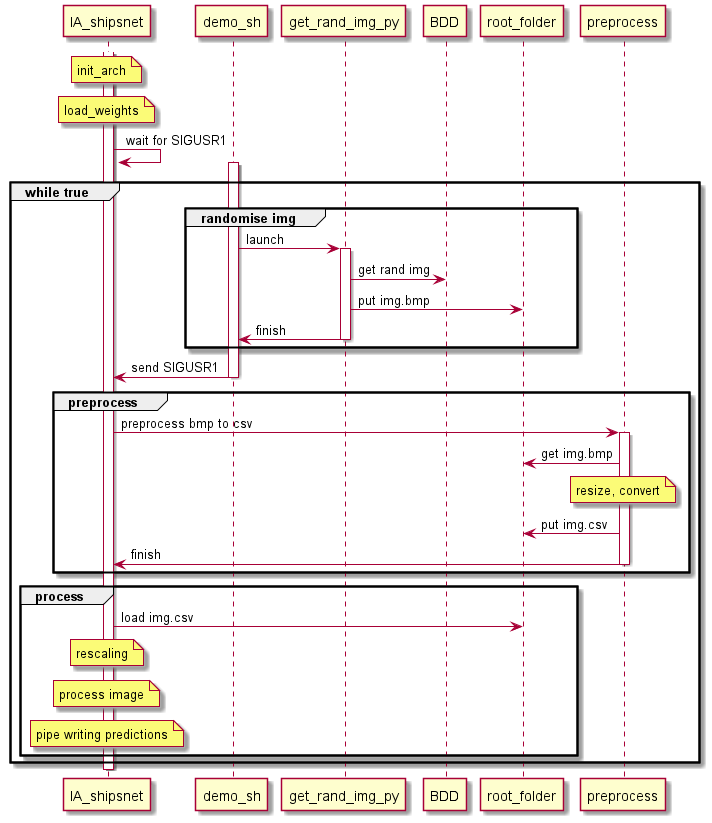
Before: A-Eye_Documentation/out/plantuml/A-Eye_Visor/Sequence_IA.png, a diagram exported from PlantUML (ngisedsysle/A-Eye). Its diagram source:
```plantuml
@startuml Sequence_IA
participant IA_shipsnet as shipsnet
participant demo_sh
participant get_rand_img_py as rand
participant BDD
participant root_folder
participant preprocess

activate shipsnet
note over shipsnet : init_arch
note over shipsnet : load_weights
shipsnet -> shipsnet : wait for SIGUSR1
activate demo_sh
group while true
    group randomise img
        demo_sh -> rand : launch
        activate rand
        rand -> BDD : get rand img
        rand -> root_folder : put img.bmp
        rand -> demo_sh : finish
        deactivate rand
    end

    demo_sh -> shipsnet : send SIGUSR1
    deactivate demo_sh

    group preprocess
        shipsnet -> preprocess : preprocess bmp to csv
        activate preprocess
        preprocess -> root_folder : get img.bmp
        note over preprocess : resize, convert
        preprocess -> root_folder : put img.csv
        preprocess -> shipsnet : finish
        deactivate preprocess
    end

    group process
        shipsnet -> root_folder : load img.csv
        note over shipsnet : rescaling
        note over shipsnet : process image
        note over shipsnet : pipe writing predictions
    end
end
deactivate shipsnet
@enduml
```
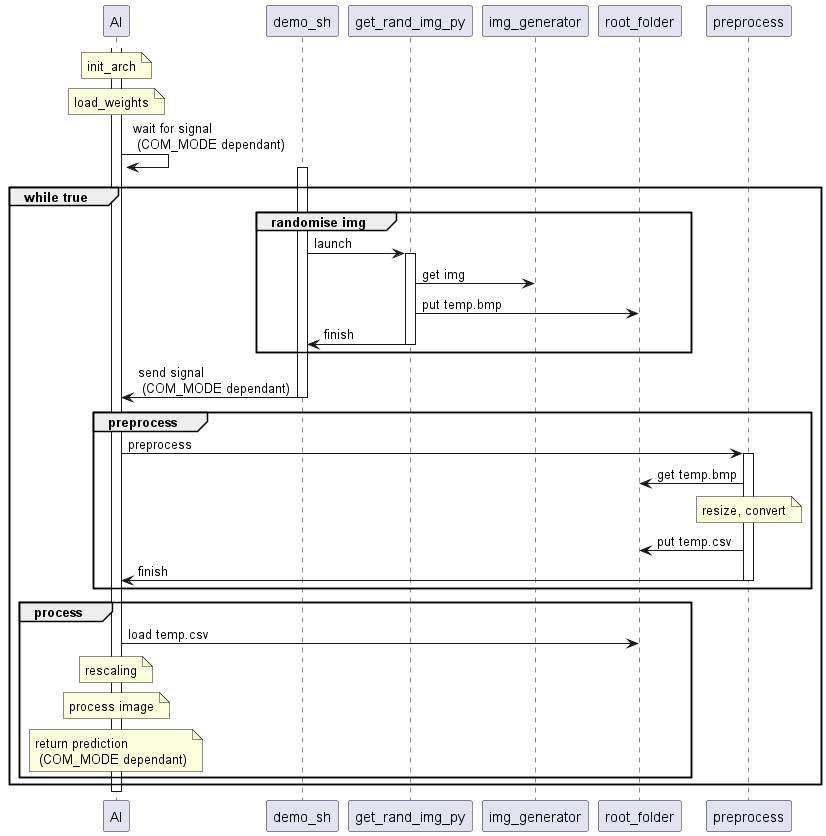
The same file after the commit.

Change to the diagram source:
```diff
@@ -1,45 +1,45 @@
 @startuml Sequence_IA
-participant IA_shipsnet as shipsnet
+participant AI
 participant demo_sh
 participant get_rand_img_py as rand
-participant BDD
+participant img_generator
 participant root_folder
 participant preprocess
 
-activate shipsnet
-note over shipsnet : init_arch
-note over shipsnet : load_weights
-shipsnet -> shipsnet : wait for SIGUSR1
+activate AI
+note over AI : init_arch
+note over AI : load_weights
+AI -> AI : wait for signal \n (COM_MODE dependant)
 activate demo_sh
 group while true
     group randomise img
         demo_sh -> rand : launch
         activate rand
-        rand -> BDD : get rand img
-        rand -> root_folder : put img.bmp
+        rand -> img_generator : get img
+        rand -> root_folder : put temp.bmp
         rand -> demo_sh : finish
         deactivate rand
     end
 
-    demo_sh -> shipsnet : send SIGUSR1
+    demo_sh -> AI : send signal \n (COM_MODE dependant)
     deactivate demo_sh
 
     group preprocess
-        shipsnet -> preprocess : preprocess bmp to csv
+        AI -> preprocess : preprocess
         activate preprocess
-        preprocess -> root_folder : get img.bmp
+        preprocess -> root_folder : get temp.bmp
         note over preprocess : resize, convert
-        preprocess -> root_folder : put img.csv
-        preprocess -> shipsnet : finish
+        preprocess -> root_folder : put temp.csv
+        preprocess -> AI : finish
         deactivate preprocess
     end
 
     group process
-        shipsnet -> root_folder : load img.csv
-        note over shipsnet : rescaling
-        note over shipsnet : process image
-        note over shipsnet : pipe writing predictions
+        AI -> root_folder : load temp.csv
+        note over AI : rescaling
+        note over AI : process image
+        note over AI : return prediction \n (COM_MODE dependant)
     end
 end
-deactivate shipsnet
+deactivate AI
 @enduml
```
